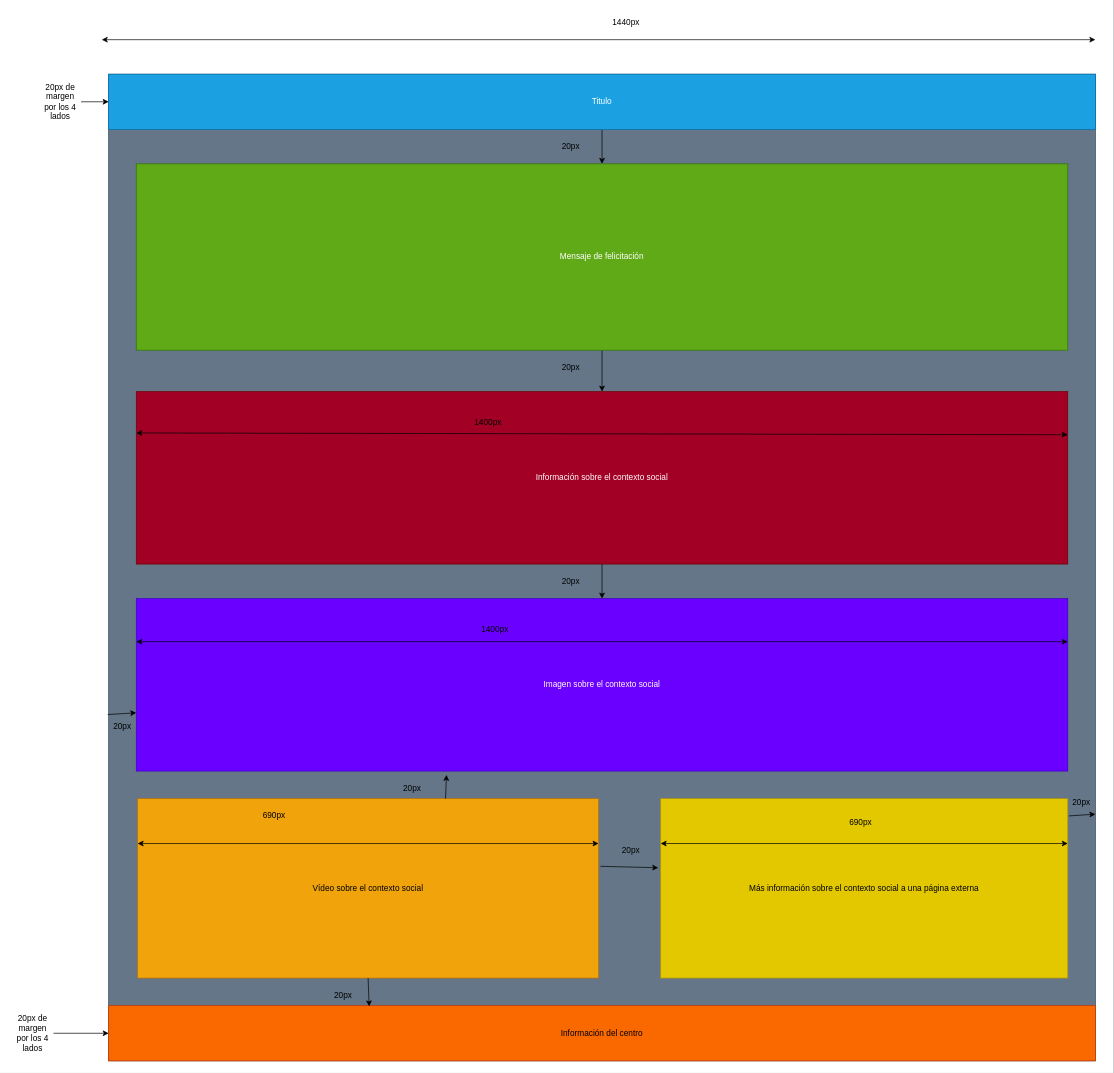
This is analisis/wireframes/Wireframe Tarjeta Navidad.drawio from Julio2DAW/TarjetaWebNavidad, a draw.io file, before an edit. Source tidied: cells renumbered, new cells numbered last; positions are measured from the earlier drawing's top-left corner, leaving out a move shared by most shapes. Both pictures are drawn from the tidied source at 69%, with x=0, y=0 at pixel (12, 12).
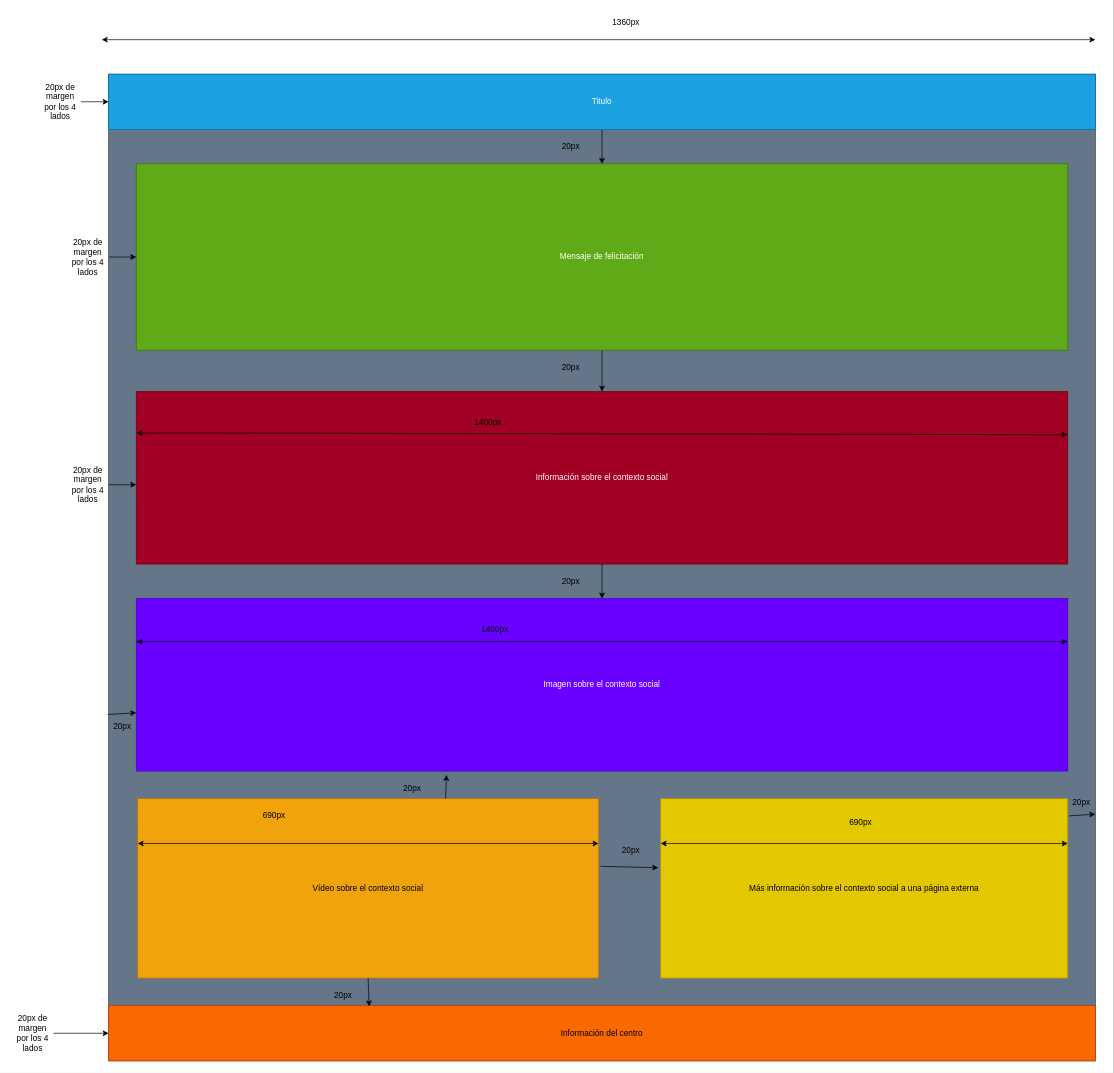
After the change.

The edit, as a diff of the source:
```diff
@@
-    <mxCell id="9" value="1440px" style="text;html=1;strokeColor=none;fillColor=none;align=center;verticalAlign=middle;whiteSpace=wrap;rounded=0;" parent="1" vertex="1">
+    <mxCell id="9" value="1360px" style="text;html=1;strokeColor=none;fillColor=none;align=center;verticalAlign=middle;whiteSpace=wrap;rounded=0;" parent="1" vertex="1">
       <mxGeometry x="860" width="60" height="30" as="geometry" />
     </mxCell>
@@
+    <mxCell id="40" value="20px de margen por los 4 lados" style="text;html=1;strokeColor=none;fillColor=none;align=center;verticalAlign=middle;whiteSpace=wrap;rounded=0;" parent="1" vertex="1">
+      <mxGeometry x="80" y="340" width="60" height="30" as="geometry" />
+    </mxCell>
+    <mxCell id="41" style="endArrow=classic;html=1;rounded=0;exitX=1;exitY=0.5;exitDx=0;exitDy=0;" parent="1" edge="1" source="40">
+      <mxGeometry relative="1" as="geometry">
+        <mxPoint x="180" y="355" as="targetPoint" />
+      </mxGeometry>
+    </mxCell>
+    <mxCell id="42" value="20px de margen por los 4 lados" style="text;html=1;strokeColor=none;fillColor=none;align=center;verticalAlign=middle;whiteSpace=wrap;rounded=0;" parent="1" vertex="1">
+      <mxGeometry x="80" y="670" width="60" height="30" as="geometry" />
+    </mxCell>
+    <mxCell id="43" style="endArrow=classic;html=1;rounded=0;exitX=1;exitY=0.5;exitDx=0;exitDy=0;" parent="1" edge="1" source="42">
+      <mxGeometry relative="1" as="geometry">
+        <mxPoint x="180" y="685" as="targetPoint" />
+      </mxGeometry>
+    </mxCell>
```
